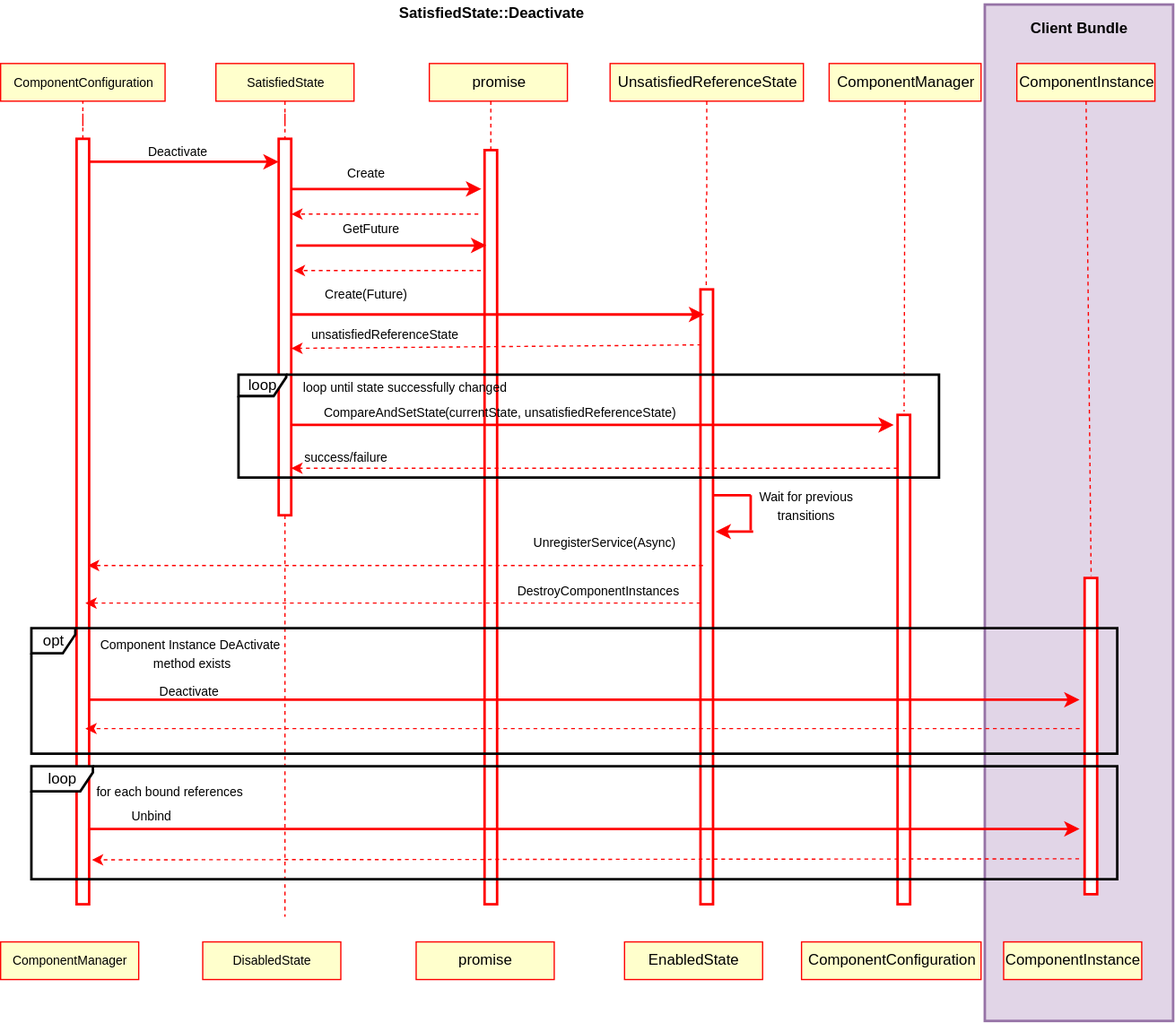
Above: text/0003-declarative-services/SatisfiedStateDeActivate.svg in CppMicroServices/rfcs (draw.io), before the change. Source tidied: cells renumbered, new cells last; positions are measured from the earlier drawing's top-left corner, leaving out a move shared by most shapes.
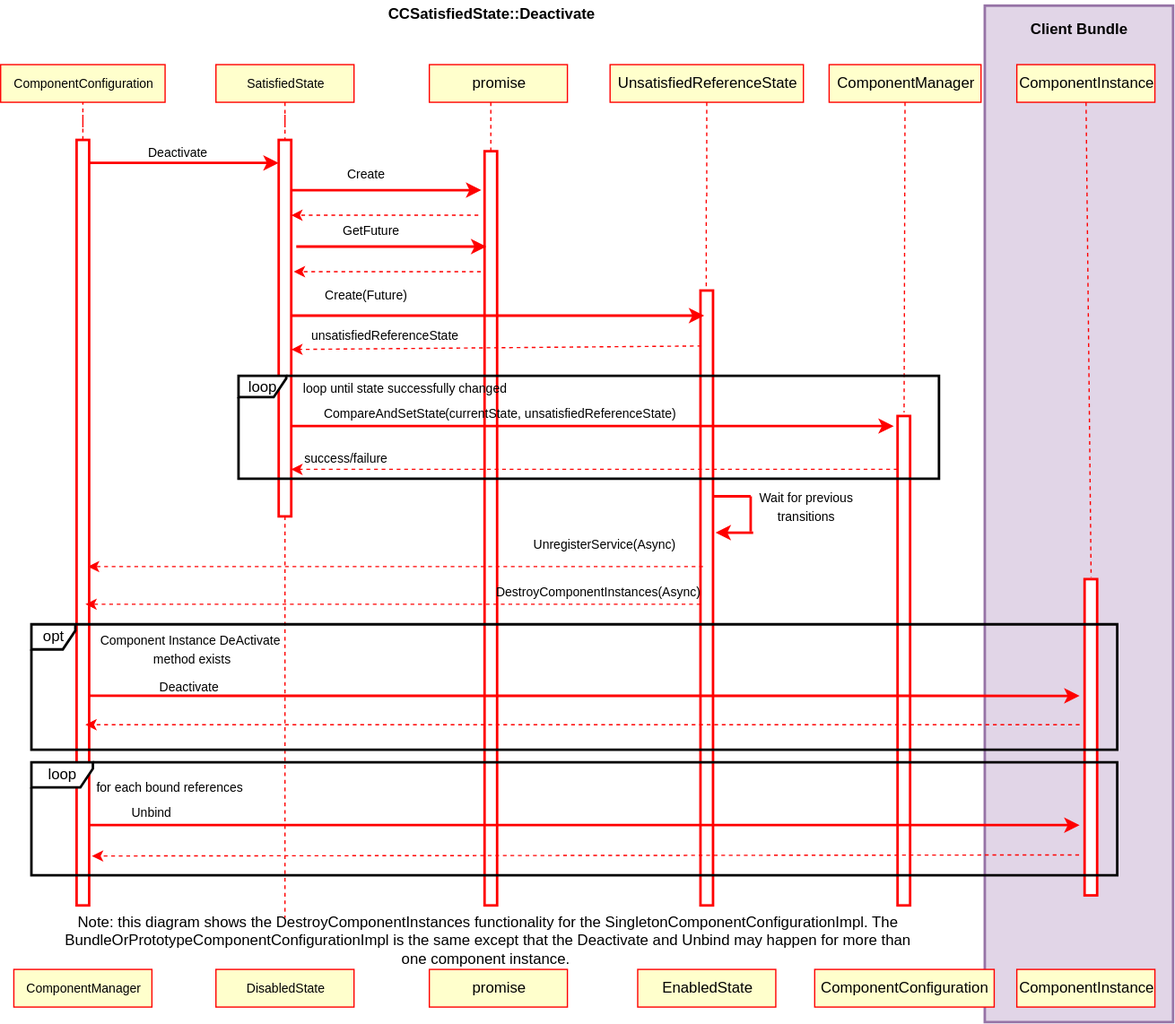
After the commit.

The edit, as a diff of the source:
```diff
@@ -19,8 +19,8 @@
     <mxCell id="6" value="&lt;span style=&quot;font-size: 10px&quot;&gt;SatisfiedState&lt;/span&gt;" style="html=1;strokeWidth=1;strokeColor=#FF0000;fillColor=#FFFFCC;" parent="1" vertex="1">
       <mxGeometry x="171.5" y="50" width="110" height="30" as="geometry" />
     </mxCell>
-    <mxCell id="7" value="&lt;font style=&quot;font-size: 12px&quot;&gt;&lt;b&gt;SatisfiedState::Deactivate&lt;br&gt;&lt;/b&gt;&lt;/font&gt;" style="text;html=1;align=center;verticalAlign=middle;fontSize=10;" parent="1" vertex="1">
-      <mxGeometry x="310.5" width="160" height="20" as="geometry" />
+    <mxCell id="7" value="&lt;font style=&quot;font-size: 12px&quot;&gt;&lt;b&gt;CCSatisfiedState::Deactivate&lt;br&gt;&lt;/b&gt;&lt;/font&gt;" style="text;html=1;align=center;verticalAlign=middle;fontSize=10;" parent="1" vertex="1">
+      <mxGeometry x="297.5" y="-1" width="187" height="22" as="geometry" />
     </mxCell>
     <mxCell id="8" value="&lt;font style=&quot;font-size: 12px;&quot;&gt;promise&lt;/font&gt;" style="html=1;strokeWidth=1;fontSize=12;strokeColor=#FF0000;fillColor=#FFFFCC;" parent="1" vertex="1">
       <mxGeometry x="341.5" y="50" width="110" height="30" as="geometry" />
@@ -128,19 +128,19 @@
       <mxGeometry x="189.5" y="298" width="558" height="82" as="geometry" />
     </mxCell>
     <mxCell id="36" value="&lt;span style=&quot;font-size: 10px&quot;&gt;DisabledState&lt;/span&gt;" style="html=1;strokeWidth=1;strokeColor=#FF0000;fillColor=#FFFFCC;" parent="1" vertex="1">
-      <mxGeometry x="161" y="750" width="110" height="30" as="geometry" />
+      <mxGeometry x="171.5" y="771" width="110" height="30" as="geometry" />
     </mxCell>
     <mxCell id="37" value="&lt;font style=&quot;font-size: 12px;&quot;&gt;promise&lt;/font&gt;" style="html=1;strokeWidth=1;fontSize=12;strokeColor=#FF0000;fillColor=#FFFFCC;" parent="1" vertex="1">
-      <mxGeometry x="331" y="750" width="110" height="30" as="geometry" />
+      <mxGeometry x="341.5" y="771" width="110" height="30" as="geometry" />
     </mxCell>
     <mxCell id="38" value="&lt;font style=&quot;font-size: 12px;&quot;&gt;EnabledState&lt;/font&gt;" style="html=1;strokeWidth=1;fontSize=12;strokeColor=#FF0000;fillColor=#FFFFCC;" parent="1" vertex="1">
-      <mxGeometry x="497" y="750" width="110" height="30" as="geometry" />
+      <mxGeometry x="507.5" y="771" width="110" height="30" as="geometry" />
     </mxCell>
     <mxCell id="39" value="&lt;font style=&quot;font-size: 12px;&quot;&gt;ComponentConfiguration&lt;/font&gt;" style="html=1;strokeWidth=1;fontSize=12;strokeColor=#FF0000;fillColor=#FFFFCC;" parent="1" vertex="1">
-      <mxGeometry x="638" y="750" width="143" height="30" as="geometry" />
+      <mxGeometry x="648.5" y="771" width="143" height="30" as="geometry" />
     </mxCell>
     <mxCell id="40" value="&lt;span style=&quot;font-size: 10px&quot;&gt;ComponentManager&lt;/span&gt;" style="html=1;strokeWidth=1;strokeColor=#FF0000;fillColor=#FFFFCC;" parent="1" vertex="1">
-      <mxGeometry y="750" width="110" height="30" as="geometry" />
+      <mxGeometry x="10.5" y="771" width="110" height="30" as="geometry" />
     </mxCell>
     <mxCell id="41" value="&lt;font style=&quot;font-size: 10px&quot;&gt;loop until state successfully changed&lt;/font&gt;" style="text;html=1;align=center;verticalAlign=middle;" parent="1" vertex="1">
       <mxGeometry x="231.5" y="298" width="180" height="20" as="geometry" />
@@ -178,8 +178,8 @@
         <mxPoint x="69.5" y="450" as="targetPoint" />
       </mxGeometry>
     </mxCell>
-    <mxCell id="49" value="&lt;font style=&quot;font-size: 10px&quot;&gt;DestroyComponentInstances&lt;/font&gt;" style="text;html=1;align=center;verticalAlign=middle;" parent="1" vertex="1">
-      <mxGeometry x="405.5" y="460" width="140" height="20" as="geometry" />
+    <mxCell id="49" value="&lt;font style=&quot;font-size: 10px&quot;&gt;DestroyComponentInstances(Async)&lt;/font&gt;" style="text;html=1;align=center;verticalAlign=middle;" parent="1" vertex="1">
+      <mxGeometry x="387.5" y="459" width="176" height="22" as="geometry" />
     </mxCell>
     <mxCell id="50" style="endArrow=classic;html=1;dashed=1;strokeColor=#FF0000;strokeWidth=1;" parent="1" edge="1">
       <mxGeometry relative="1" as="geometry">
@@ -197,49 +197,55 @@
       <mxGeometry x="863.5" y="460" width="10" height="252" as="geometry" />
     </mxCell>
     <mxCell id="54" value="&lt;font style=&quot;font-size: 12px;&quot;&gt;ComponentInstance&lt;/font&gt;" style="html=1;strokeWidth=1;fontSize=12;strokeColor=#FF0000;fillColor=#FFFFCC;" parent="1" vertex="1">
-      <mxGeometry x="799" y="750" width="110" height="30" as="geometry" />
+      <mxGeometry x="809.5" y="771" width="110" height="30" as="geometry" />
     </mxCell>
     <mxCell id="55" value="&lt;font style=&quot;font-size: 10px&quot;&gt;Component Instance DeActivate&lt;br&gt;&amp;nbsp;method exists&lt;/font&gt;" style="text;html=1;align=center;verticalAlign=middle;" parent="1" vertex="1">
-      <mxGeometry x="70.5" y="500" width="160" height="40" as="geometry" />
+      <mxGeometry x="70.5" y="496" width="160" height="40" as="geometry" />
     </mxCell>
     <mxCell id="56" style="endArrow=classic;html=1;strokeColor=#FF0000;strokeWidth=2;exitX=0.98;exitY=0.848;exitDx=0;exitDy=0;exitPerimeter=0;" parent="1" edge="1">
       <mxGeometry relative="1" as="geometry">
-        <mxPoint x="70.3" y="557" as="sourcePoint" />
-        <mxPoint x="859.5" y="557" as="targetPoint" />
+        <mxPoint x="70.3" y="553" as="sourcePoint" />
+        <mxPoint x="859.5" y="553" as="targetPoint" />
       </mxGeometry>
     </mxCell>
     <mxCell id="57" value="&lt;font style=&quot;font-size: 10px&quot;&gt;Deactivate&lt;/font&gt;" style="text;html=1;align=center;verticalAlign=middle;" parent="1" vertex="1">
-      <mxGeometry x="119.5" y="540" width="60" height="20" as="geometry" />
+      <mxGeometry x="119.5" y="536" width="60" height="20" as="geometry" />
     </mxCell>
     <mxCell id="58" style="endArrow=classic;html=1;dashed=1;strokeColor=#FF0000;strokeWidth=1;" parent="1" edge="1">
       <mxGeometry relative="1" as="geometry">
-        <mxPoint x="859.5" y="580" as="sourcePoint" />
-        <mxPoint x="67.5" y="580" as="targetPoint" />
+        <mxPoint x="859.5" y="576" as="sourcePoint" />
+        <mxPoint x="67.5" y="576" as="targetPoint" />
       </mxGeometry>
     </mxCell>
     <mxCell id="59" value="opt" style="shape=umlFrame;whiteSpace=wrap;html=1;strokeWidth=2;width=35;height=20;" parent="1" vertex="1">
-      <mxGeometry x="24.5" y="500" width="865" height="100" as="geometry" />
+      <mxGeometry x="24.5" y="496" width="865" height="100" as="geometry" />
     </mxCell>
     <mxCell id="60" value="&lt;font style=&quot;font-size: 10px&quot;&gt;for each bound references&amp;nbsp;&lt;/font&gt;" style="text;html=1;align=center;verticalAlign=middle;" parent="1" vertex="1">
-      <mxGeometry x="70.5" y="620" width="130" height="20" as="geometry" />
+      <mxGeometry x="70.5" y="616" width="130" height="20" as="geometry" />
     </mxCell>
     <mxCell id="61" style="endArrow=classic;html=1;strokeColor=#FF0000;strokeWidth=2;" parent="1" edge="1">
       <mxGeometry relative="1" as="geometry">
-        <mxPoint x="69.5" y="660" as="sourcePoint" />
-        <mxPoint x="859.5" y="660" as="targetPoint" />
+        <mxPoint x="69.5" y="656" as="sourcePoint" />
+        <mxPoint x="859.5" y="656" as="targetPoint" />
       </mxGeometry>
     </mxCell>
     <mxCell id="62" value="&lt;font style=&quot;font-size: 10px&quot;&gt;Unbind&lt;/font&gt;" style="text;html=1;align=center;verticalAlign=middle;" parent="1" vertex="1">
-      <mxGeometry x="94.5" y="640" width="50" height="20" as="geometry" />
+      <mxGeometry x="94.5" y="636" width="50" height="20" as="geometry" />
     </mxCell>
     <mxCell id="63" value="loop" style="shape=umlFrame;whiteSpace=wrap;html=1;strokeWidth=2;width=49;height=20;" parent="1" vertex="1">
-      <mxGeometry x="24.5" y="610" width="865" height="90" as="geometry" />
+      <mxGeometry x="24.5" y="606" width="865" height="90" as="geometry" />
     </mxCell>
-    <mxCell id="64" style="endArrow=classic;html=1;strokeColor=#FF0000;strokeWidth=1;entryX=1.22;entryY=0.942;entryDx=0;entryDy=0;entryPerimeter=0;exitX=-0.44;exitY=0.888;exitDx=0;exitDy=0;exitPerimeter=0;dashed=1;" parent="1" edge="1" source="53" target="16">
-      <mxGeometry relative="1" as="geometry" />
+    <mxCell id="64" style="endArrow=classic;html=1;strokeColor=#FF0000;strokeWidth=1;entryX=1.22;entryY=0.942;entryDx=0;entryDy=0;entryPerimeter=0;exitX=-0.44;exitY=0.888;exitDx=0;exitDy=0;exitPerimeter=0;dashed=1;" parent="1" edge="1">
+      <mxGeometry relative="1" as="geometry">
+        <mxPoint x="859.1" y="679.8" as="sourcePoint" />
+        <mxPoint x="72.7" y="680.6" as="targetPoint" />
+      </mxGeometry>
     </mxCell>
     <mxCell id="65" value="&lt;b&gt;Client Bundle&lt;/b&gt;" style="text;html=1;align=center;verticalAlign=middle;" parent="1" vertex="1">
       <mxGeometry x="809.5" y="11" width="99" height="22" as="geometry" />
     </mxCell>
+    <mxCell id="66" value="Note: this diagram shows the DestroyComponentInstances functionality for the SingletonComponentConfigurationImpl. The BundleOrPrototypeComponentConfigurationImpl is the same except that the Deactivate and Unbind may happen for more than one component instance.&amp;nbsp;" style="text;html=1;strokeColor=none;fillColor=none;align=center;verticalAlign=middle;whiteSpace=wrap;rounded=0;dashed=1;dashPattern=1 1;" parent="1" vertex="1">
+      <mxGeometry x="43" y="738" width="691" height="20" as="geometry" />
+    </mxCell>
   </root>
 </mxGraphModel>
```
